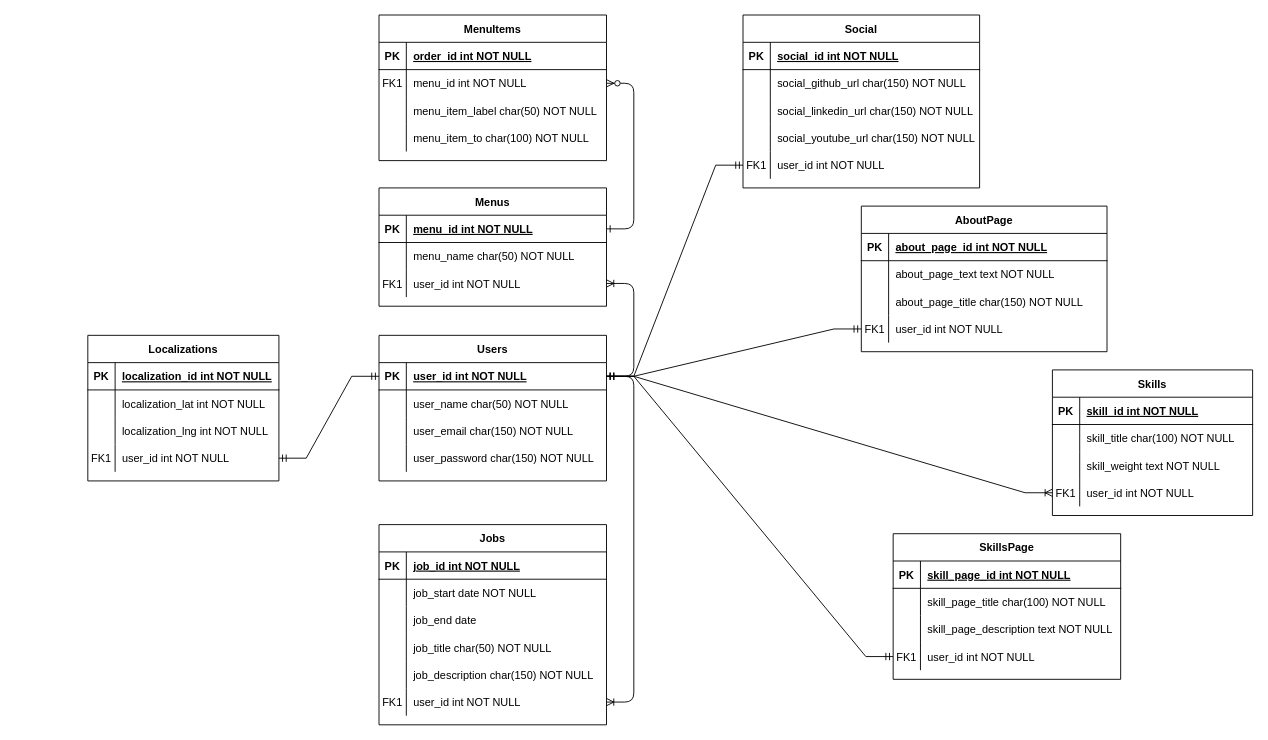
Before: ikatoo.drawio in mckatoo/clean-arch-fullcycle, a draw.io diagram. Source tidied: cells renumbered, new cells numbered last; positions are measured from the earlier drawing's top-left corner, leaving out a move shared by most shapes. Both pictures are drawn from the tidied source at 91%, with x=0, y=0 at pixel (87, 15).
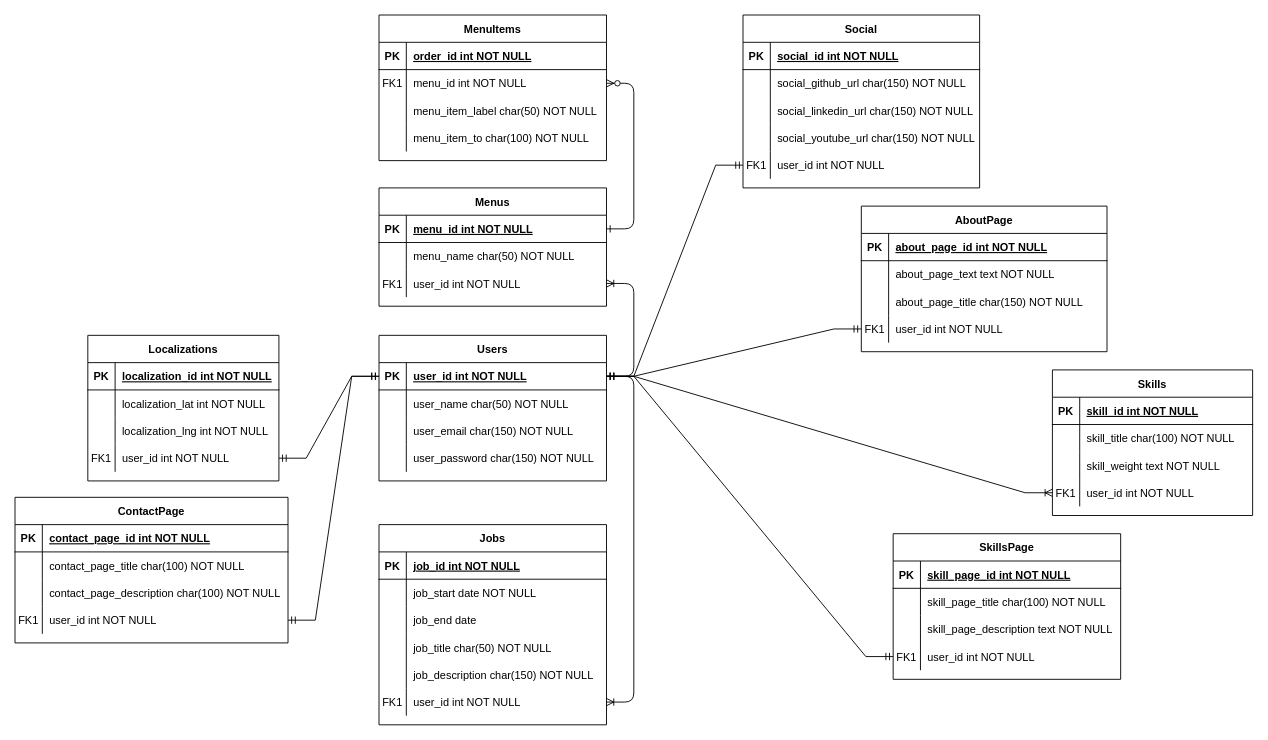
The same diagram, later.

Commit message:
Add contact page entity with relationship on user entity

Unchanged cells that the change refers to:
```xml
<mxCell id="43" style="shape=partialRectangle;fillColor=none;points=[[0,0.5],[1,0.5]];portConstraint=eastwest;top=0;left=0;right=0;bottom=1;" parent="42" vertex="1">
  <mxGeometry y="30" width="250" height="30" as="geometry" />
</mxCell>
```

The edit, as a diff of the source:
```diff
@@
+    <mxCell id="133" value="ContactPage" style="shape=table;startSize=30;childLayout=tableLayout;rowLines=0;fontStyle=1;align=center;" parent="1" vertex="1">
+      <mxGeometry x="-80" y="530" width="300" height="160" as="geometry" />
+    </mxCell>
+    <mxCell id="134" style="shape=tableRow;horizontal=0;startSize=0;swimlaneHead=0;swimlaneBody=0;fillColor=none;top=0;left=0;right=0;bottom=1;" parent="133" vertex="1">
+      <mxGeometry y="30" width="300" height="30" as="geometry" />
+    </mxCell>
+    <mxCell id="135" value="PK" style="shape=partialRectangle;fillColor=none;top=0;left=0;bottom=0;right=0;fontStyle=1;overflow=hidden;" parent="134" vertex="1">
+      <mxGeometry width="30" height="30" as="geometry" />
+    </mxCell>
+    <mxCell id="136" value="contact_page_id int NOT NULL" style="shape=partialRectangle;fillColor=none;top=0;left=0;bottom=0;right=0;align=left;spacingLeft=6;fontStyle=5;overflow=hidden;" parent="134" vertex="1">
+      <mxGeometry x="30" width="270" height="30" as="geometry" />
+    </mxCell>
+    <mxCell id="137" style="shape=tableRow;horizontal=0;startSize=0;swimlaneHead=0;swimlaneBody=0;fillColor=none;top=0;left=0;right=0;bottom=0;" parent="133" vertex="1">
+      <mxGeometry y="60" width="300" height="30" as="geometry" />
+    </mxCell>
+    <mxCell id="138" style="shape=partialRectangle;fillColor=none;top=0;left=0;bottom=0;right=0;overflow=hidden;" parent="137" vertex="1">
+      <mxGeometry width="30" height="30" as="geometry" />
+    </mxCell>
+    <mxCell id="139" value="contact_page_title char(100) NOT NULL" style="shape=partialRectangle;fillColor=none;top=0;left=0;bottom=0;right=0;align=left;spacingLeft=6;overflow=hidden;" parent="137" vertex="1">
+      <mxGeometry x="30" width="270" height="30" as="geometry" />
+    </mxCell>
+    <mxCell id="140" style="shape=tableRow;horizontal=0;startSize=0;swimlaneHead=0;swimlaneBody=0;fillColor=none;top=0;left=0;right=0;bottom=0;" parent="133" vertex="1">
+      <mxGeometry y="90" width="300" height="30" as="geometry" />
+    </mxCell>
+    <mxCell id="141" style="shape=partialRectangle;fillColor=none;top=0;left=0;bottom=0;right=0;overflow=hidden;" parent="140" vertex="1">
+      <mxGeometry width="30" height="30" as="geometry" />
+    </mxCell>
+    <mxCell id="142" value="contact_page_description char(100) NOT NULL" style="shape=partialRectangle;fillColor=none;top=0;left=0;bottom=0;right=0;align=left;spacingLeft=6;overflow=hidden;" parent="140" vertex="1">
+      <mxGeometry x="30" width="270" height="30" as="geometry" />
+    </mxCell>
+    <mxCell id="143" style="shape=tableRow;horizontal=0;startSize=0;swimlaneHead=0;swimlaneBody=0;fillColor=none;points=[[0,0.5],[1,0.5]];portConstraint=eastwest;top=0;left=0;right=0;bottom=0;" parent="133" vertex="1">
+      <mxGeometry y="120" width="300" height="30" as="geometry" />
+    </mxCell>
+    <mxCell id="144" value="FK1" style="shape=partialRectangle;fillColor=none;top=0;left=0;bottom=0;right=0;overflow=hidden;" parent="143" vertex="1">
+      <mxGeometry width="30" height="30" as="geometry" />
+    </mxCell>
+    <mxCell id="145" value="user_id int NOT NULL" style="shape=partialRectangle;fillColor=none;top=0;left=0;bottom=0;right=0;align=left;spacingLeft=6;overflow=hidden;" parent="143" vertex="1">
+      <mxGeometry x="30" width="270" height="30" as="geometry" />
+    </mxCell>
+    <mxCell id="146" style="edgeStyle=entityRelationEdgeStyle;fontSize=12;html=1;endArrow=ERmandOne;startArrow=ERmandOne;rounded=0;" parent="1" edge="1" source="43" target="143">
+      <mxGeometry relative="1" as="geometry" />
+    </mxCell>
```
